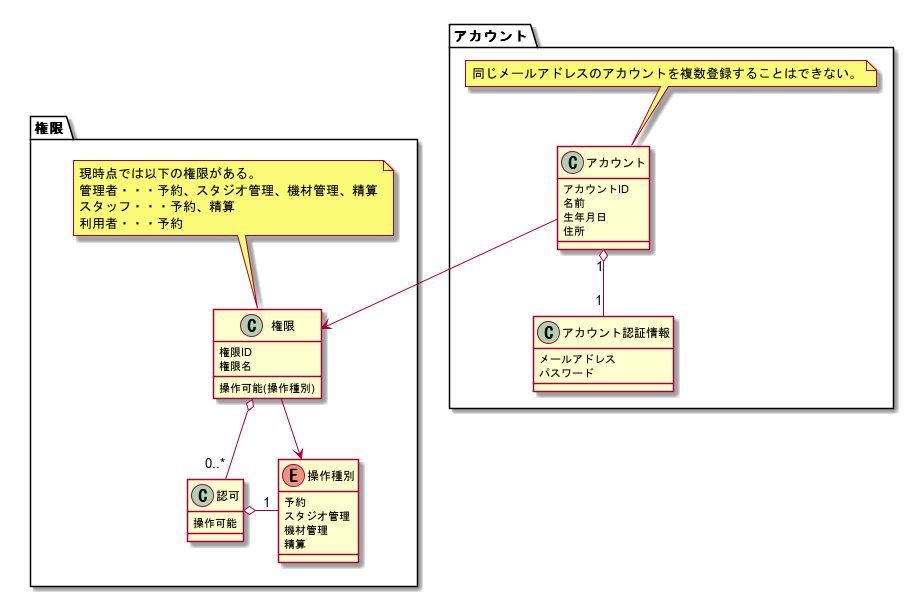
Above: modeling/07_DomainModel_認証/DomainModel.png in TakashiOnawa/ddd-practice-studio-reservation (PlantUML), before the change. Its diagram source:
```plantuml
@startuml DomainModel

package アカウント {
    class アカウント {
        アカウントID
        名前
        生年月日
        住所
    }

    class アカウント認証情報 {
        メールアドレス
        パスワード
    }

    アカウント "1" o-- "1" アカウント認証情報
    アカウント --> 権限

    note top of アカウント
    同じメールアドレスのアカウントを複数登録することはできない。
    end note
}

package 権限 {
    class 権限 {
        権限ID
        権限名
        操作可能(操作種別)
    }

    class 認可 {
        操作可能
    }

    enum 操作種別 {
        予約
        スタジオ管理
        機材管理
        精算
    }

    権限 o-- "0..*" 認可
    認可 o- "1" 操作種別
    権限 --> 操作種別

    note top of 権限
    現時点では以下の権限がある。
    管理者・・・予約、スタジオ管理、機材管理、精算
    スタッフ・・・予約、精算
    利用者・・・予約
    end note
}

@enduml
```
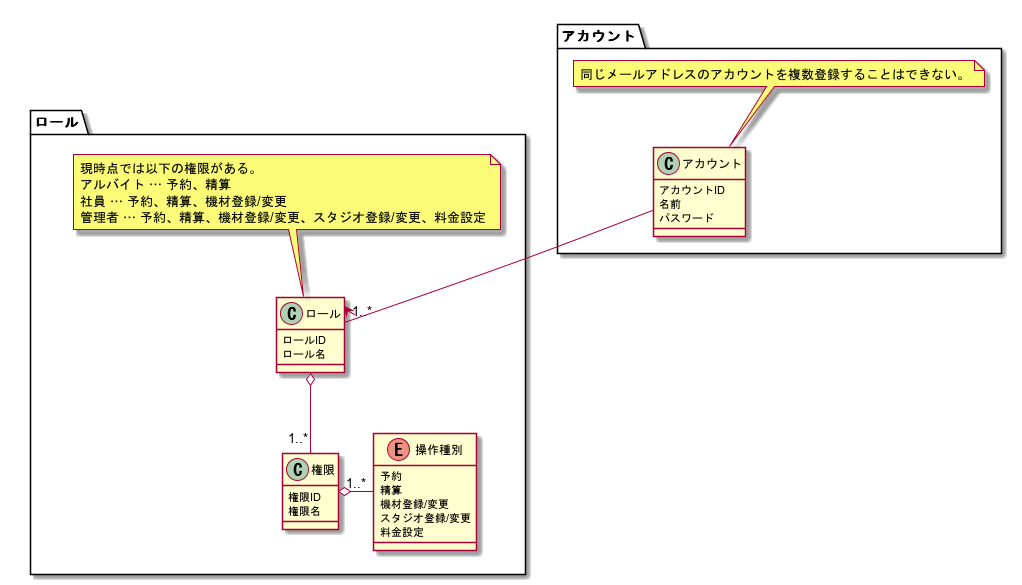
After the commit.

Commit message:
認証のドメインモデル修正。

The edit, as a diff of the source:
```diff
@@ -4,50 +4,43 @@
     class アカウント {
         アカウントID
         名前
-        生年月日
-        住所
-    }
-
-    class アカウント認証情報 {
-        メールアドレス
         パスワード
     }
 
-    アカウント "1" o-- "1" アカウント認証情報
-    アカウント --> 権限
+    アカウント --> "1..*" ロール
 
     note top of アカウント
     同じメールアドレスのアカウントを複数登録することはできない。
     end note
 }
 
-package 権限 {
+package ロール {
+    class ロール {
+        ロールID
+        ロール名
+    }
+
     class 権限 {
         権限ID
         権限名
-        操作可能(操作種別)
-    }
-
-    class 認可 {
-        操作可能
     }
 
     enum 操作種別 {
         予約
-        スタジオ管理
-        機材管理
         精算
+        機材登録/変更
+        スタジオ登録/変更
+        料金設定
     }
 
-    権限 o-- "0..*" 認可
-    認可 o- "1" 操作種別
-    権限 --> 操作種別
+    ロール o-- "1..*" 権限
+    権限 o- "1..*" 操作種別
 
-    note top of 権限
+    note top of ロール
     現時点では以下の権限がある。
-    管理者・・・予約、スタジオ管理、機材管理、精算
-    スタッフ・・・予約、精算
-    利用者・・・予約
+    アルバイト … 予約、精算
+    社員 … 予約、精算、機材登録/変更
+    管理者 … 予約、精算、機材登録/変更、スタジオ登録/変更、料金設定
     end note
 }
 
```
